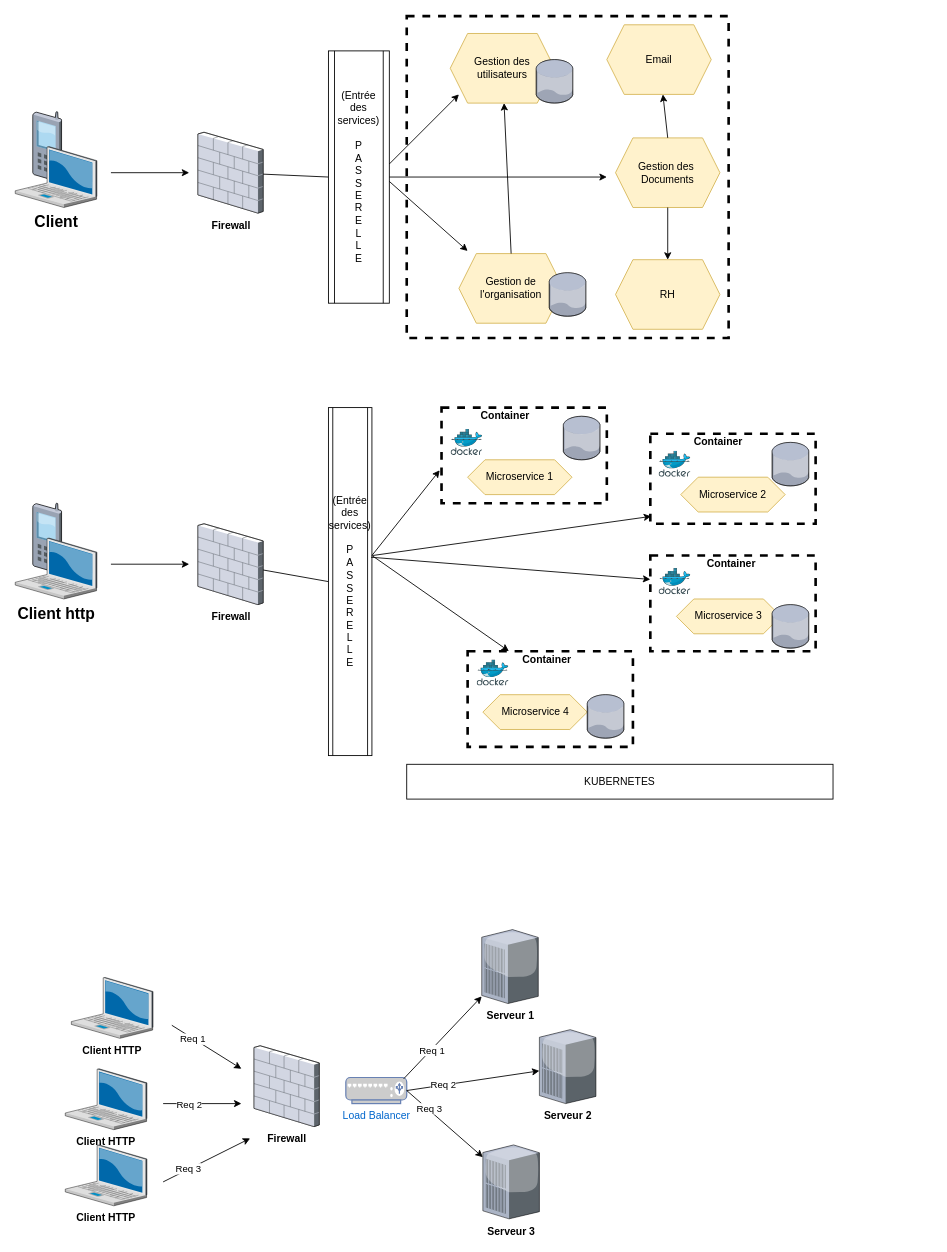
This is page "P1_FraWorkArchi_Astra" (4 of 9) of AstraComponentDiagr.drawio from Lamessolo/ProjetLeadTech, a draw.io file, before an edit. Source tidied: cells renumbered, new cells numbered last; positions are measured from the earlier drawing's top-left corner, leaving out a move shared by most shapes. Both pictures are drawn from the tidied source at 87%, with x=0, y=0 at pixel (15, 16).
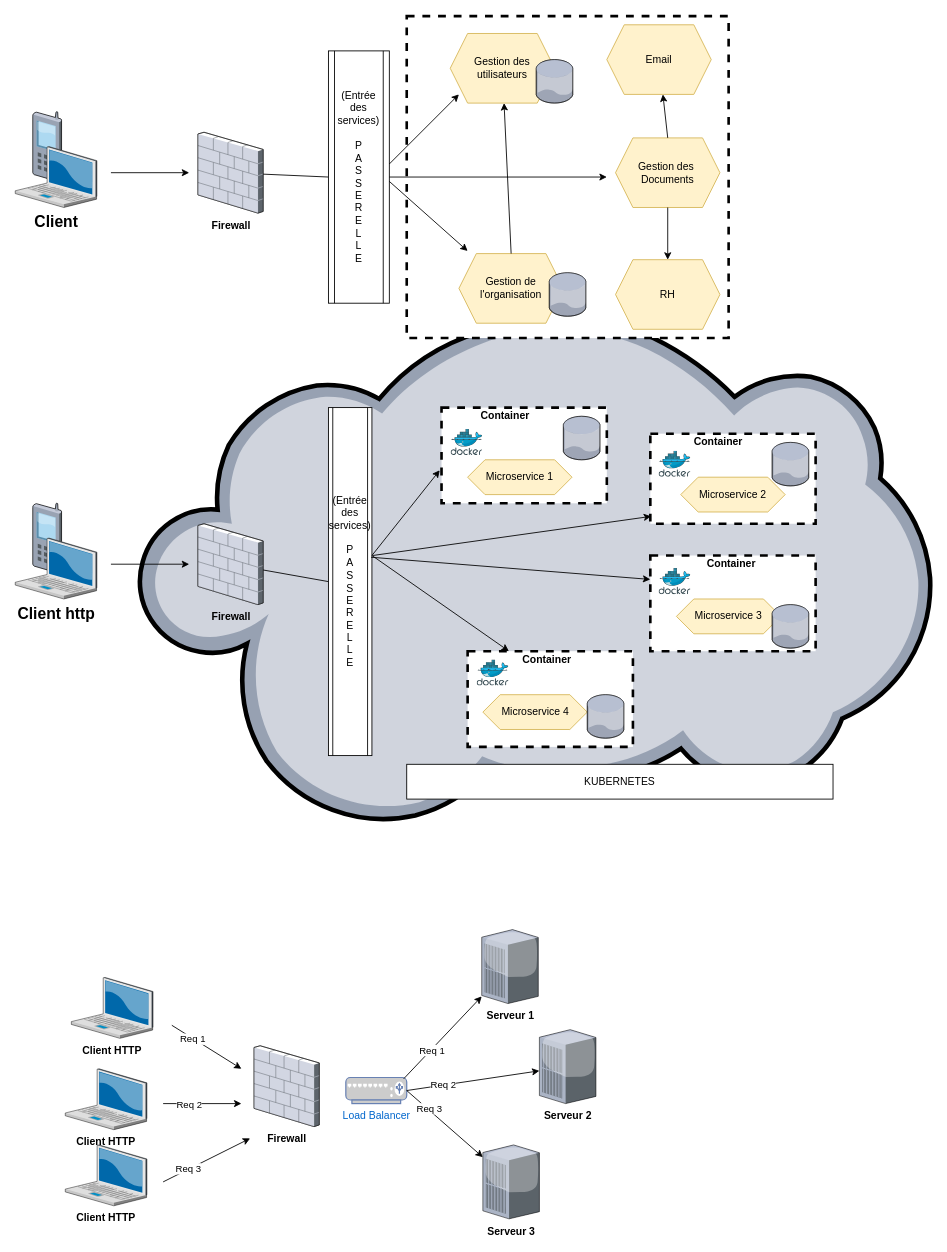
Above is the later version.

Change to the diagram source:
```diff
@@
+    <mxCell id="73" style="verticalLabelPosition=bottom;html=1;verticalAlign=top;strokeColor=none;align=center;shape=mxgraph.citrix.cloud;" parent="1" vertex="1">
+      <mxGeometry x="140" y="336.9" width="913.6" height="596.3" as="geometry" />
+    </mxCell>
```
